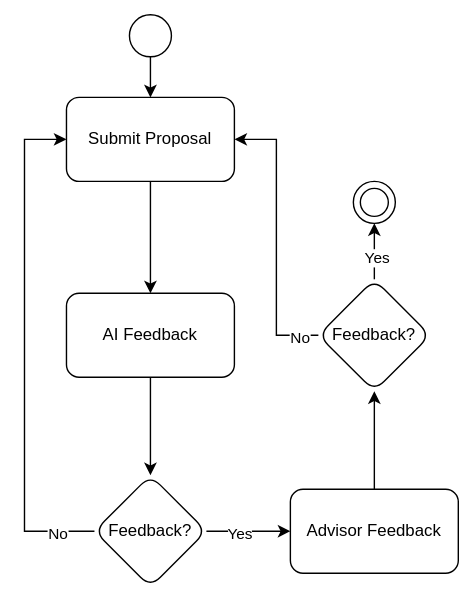
Earlier version of the draw.io export gpt-feedback-process.svg (fabian-emilius/bachelor-thesis-charts). Source tidied: cells renumbered, new cells last; positions are measured from the earlier drawing's top-left corner, leaving out a move shared by most shapes.
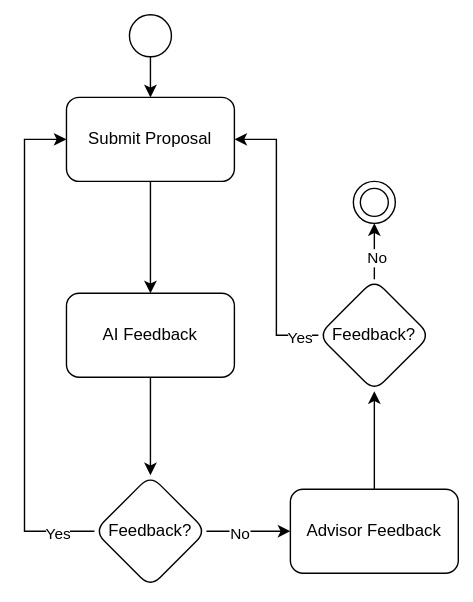
Above is the later version.

Diff of the diagram source:
```diff
@@ -22,13 +22,13 @@
         </Array>
       </mxGeometry>
     </mxCell>
-    <mxCell id="7" value="No" style="edgeLabel;html=1;align=center;verticalAlign=middle;" parent="6" vertex="1">
+    <mxCell id="7" value="Yes" style="edgeLabel;html=1;align=center;verticalAlign=middle;" parent="6" vertex="1">
       <mxGeometry x="-0.85" y="1" relative="1" as="geometry" />
     </mxCell>
     <mxCell id="8" style="edgeStyle=orthogonalEdgeStyle;rounded=0;jettySize=auto;html=1;" parent="1" edge="1" source="10" target="12">
       <mxGeometry relative="1" as="geometry" />
     </mxCell>
-    <mxCell id="9" value="Yes" style="edgeLabel;html=1;align=center;verticalAlign=middle;" parent="8" vertex="1">
+    <mxCell id="9" value="No" style="edgeLabel;html=1;align=center;verticalAlign=middle;" parent="8" vertex="1">
       <mxGeometry x="-0.23" y="-1" relative="1" as="geometry" />
     </mxCell>
     <mxCell id="10" value="Feedback?" style="rhombus;whiteSpace=wrap;html=1;rounded=1;" parent="1" vertex="1">
@@ -43,13 +43,13 @@
     <mxCell id="13" style="edgeStyle=orthogonalEdgeStyle;rounded=0;jettySize=auto;html=1;exitX=0.5;exitY=0;exitDx=0;exitDy=0;entryX=0.5;entryY=1;entryDx=0;entryDy=0;" parent="1" edge="1" source="17" target="18">
       <mxGeometry relative="1" as="geometry" />
     </mxCell>
-    <mxCell id="14" value="Yes" style="edgeLabel;html=1;align=center;verticalAlign=middle;" parent="13" vertex="1">
+    <mxCell id="14" value="No" style="edgeLabel;html=1;align=center;verticalAlign=middle;" parent="13" vertex="1">
       <mxGeometry x="-0.2" y="-1" relative="1" as="geometry" />
     </mxCell>
     <mxCell id="15" style="edgeStyle=orthogonalEdgeStyle;rounded=0;jettySize=auto;html=1;exitX=0;exitY=0.5;exitDx=0;exitDy=0;entryX=1;entryY=0.5;entryDx=0;entryDy=0;" parent="1" edge="1" source="17" target="3">
       <mxGeometry relative="1" as="geometry" />
     </mxCell>
-    <mxCell id="16" value="No" style="edgeLabel;html=1;align=center;verticalAlign=middle;" parent="15" vertex="1">
+    <mxCell id="16" value="Yes" style="edgeLabel;html=1;align=center;verticalAlign=middle;" parent="15" vertex="1">
       <mxGeometry x="-0.86" y="1" relative="1" as="geometry" />
     </mxCell>
     <mxCell id="17" value="Feedback?" style="rhombus;whiteSpace=wrap;html=1;rounded=1;" parent="1" vertex="1">
```
